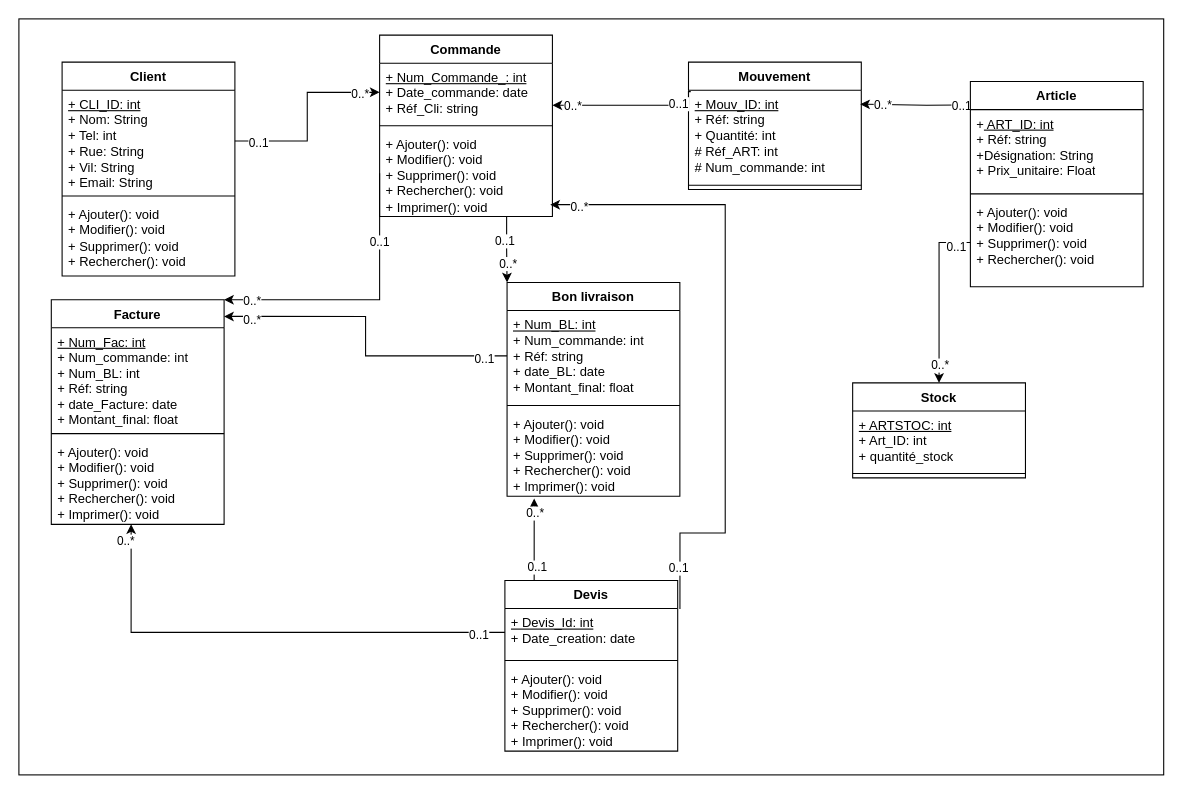
This is diagrammeclasseerp.drawio from labidimahdi/diagrams, a draw.io file, before an edit. Source tidied: cells renumbered, new cells numbered last; positions are measured from the earlier drawing's top-left corner, leaving out a move shared by most shapes. Both pictures are drawn from the tidied source at 108%, with x=0, y=0 at pixel (18, 18).
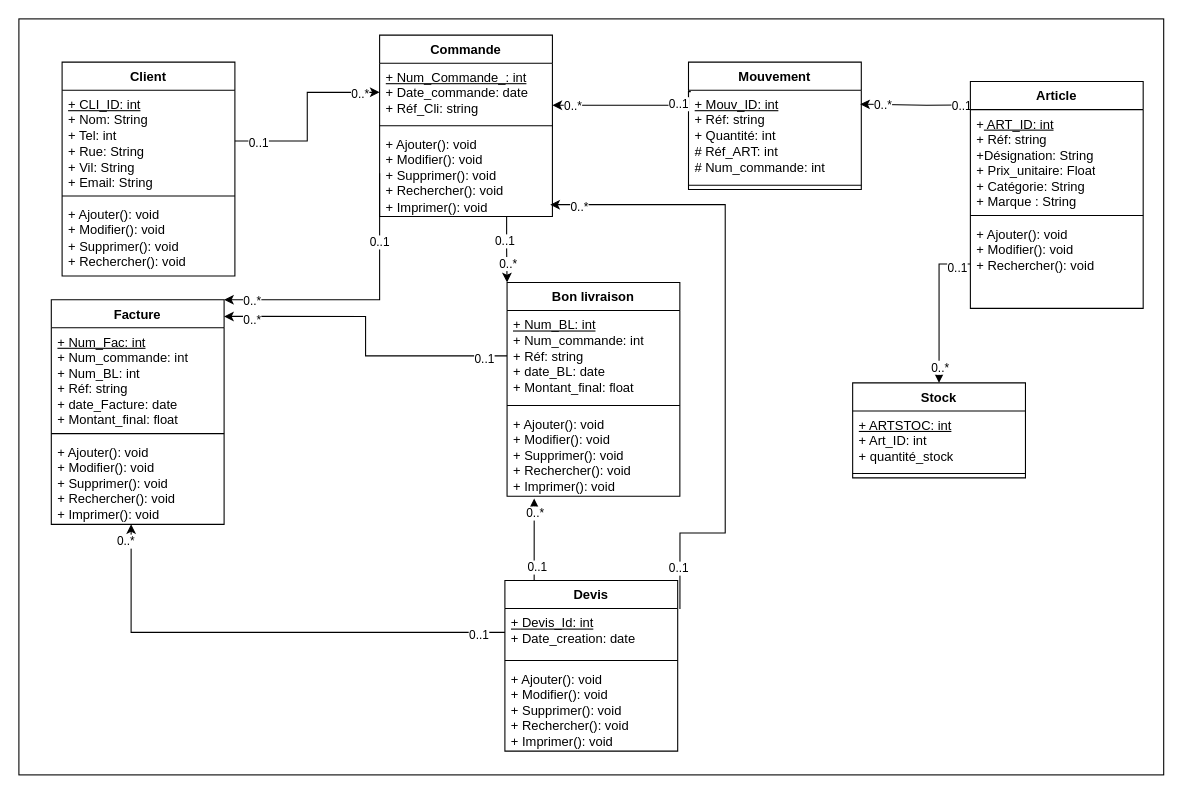
Above is the later version.

Commit message:
Mettre à jour diagrammeclasseerp.drawio

Change to the diagram source:
```diff
@@
     <mxCell id="20" value="Article" style="swimlane;fontStyle=1;align=center;verticalAlign=top;horizontal=1;startSize=26;whiteSpace=wrap;html=1;" parent="1" vertex="1">
-      <mxGeometry x="881" y="58" width="160" height="190" as="geometry" />
+      <mxGeometry x="881" y="58" width="160" height="210" as="geometry" />
     </mxCell>
-    <mxCell id="21" value="+&lt;u&gt; ART_ID: int&lt;br&gt;&lt;/u&gt;+ Réf: string&lt;br&gt;+Désignation: String&lt;br&gt;+ Prix_unitaire: Float" style="text;strokeColor=none;fillColor=none;align=left;verticalAlign=top;spacingLeft=4;spacingRight=4;overflow=hidden;whiteSpace=wrap;html=1;" parent="20" vertex="1">
-      <mxGeometry y="26" width="160" height="74" as="geometry" />
+    <mxCell id="21" value="+&lt;u&gt; ART_ID: int&lt;br&gt;&lt;/u&gt;+ Réf: string&lt;br&gt;+Désignation: String&lt;br&gt;+ Prix_unitaire: Float&lt;br&gt;+ Catégorie: String&lt;br&gt;+ Marque : String" style="text;strokeColor=none;fillColor=none;align=left;verticalAlign=top;spacingLeft=4;spacingRight=4;overflow=hidden;whiteSpace=wrap;html=1;" parent="20" vertex="1">
+      <mxGeometry y="26" width="160" height="94" as="geometry" />
     </mxCell>
     <mxCell id="22" style="line;strokeWidth=1;fillColor=none;align=left;verticalAlign=middle;spacingTop=-1;spacingLeft=3;spacingRight=3;labelPosition=right;strokeColor=inherit;" parent="20" vertex="1">
-      <mxGeometry y="100" width="160" height="8" as="geometry" />
+      <mxGeometry y="120" width="160" height="8" as="geometry" />
     </mxCell>
-    <mxCell id="23" value="+ Ajouter(): void&lt;br&gt;+ Modifier(): void&lt;br&gt;+ Supprimer(): void&lt;br&gt;+ Rechercher(): void" style="text;strokeColor=none;fillColor=none;align=left;verticalAlign=top;spacingLeft=4;spacingRight=4;overflow=hidden;points=[[0,0.5],[1,0.5]];portConstraint=eastwest;whiteSpace=wrap;html=1;" parent="20" vertex="1">
-      <mxGeometry y="108" width="160" height="82" as="geometry" />
+    <mxCell id="23" value="+ Ajouter(): void&lt;br&gt;+ Modifier(): void&lt;br&gt;+ Rechercher(): void" style="text;strokeColor=none;fillColor=none;align=left;verticalAlign=top;spacingLeft=4;spacingRight=4;overflow=hidden;points=[[0,0.5],[1,0.5]];portConstraint=eastwest;whiteSpace=wrap;html=1;" parent="20" vertex="1">
+      <mxGeometry y="128" width="160" height="82" as="geometry" />
     </mxCell>
```
